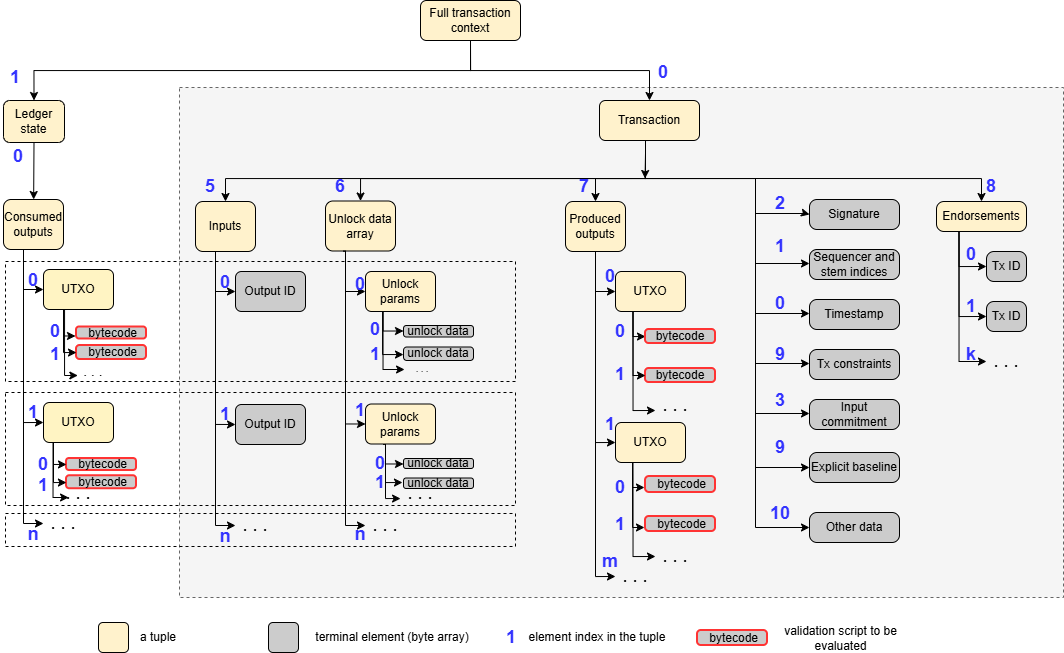
Before: static/img/utxo-tx-context.png, a diagram exported from draw.io (lunfardo314/lunfardo314.github.io). Source tidied: cells renumbered, new cells last; positions are measured from the earlier drawing's top-left corner, leaving out a move shared by most shapes.
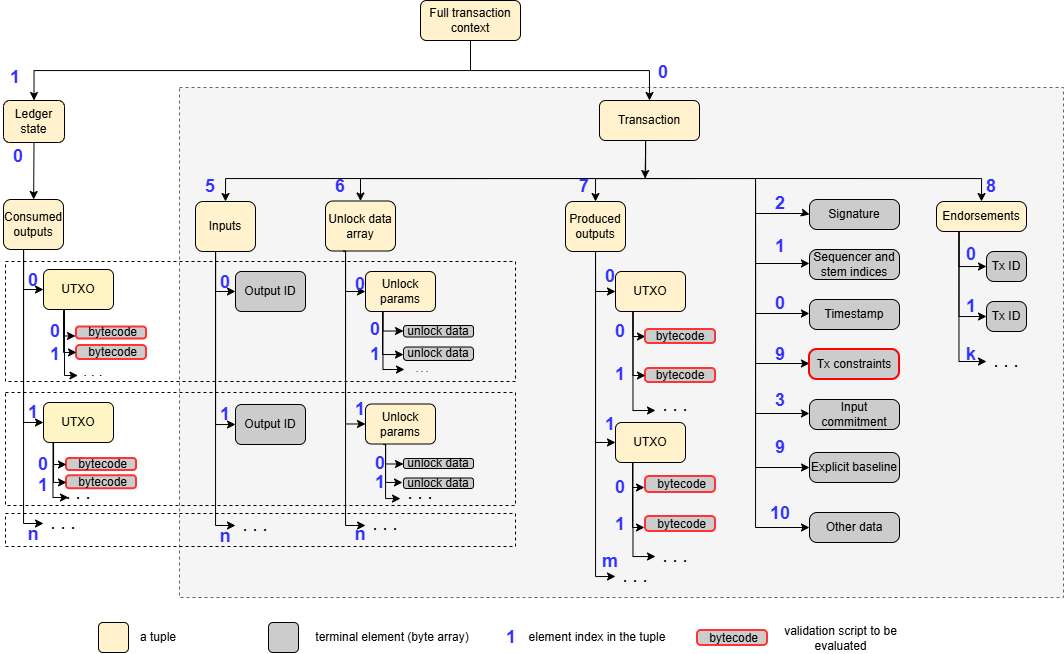
After the commit.

What changed in the source:
```diff
@@ -351,7 +351,7 @@
     <mxCell id="64" value="Timestamp" style="rounded=1;whiteSpace=wrap;html=1;arcSize=25;fillColor=#CCCCCC;" parent="1" vertex="1">
       <mxGeometry x="809" y="299" width="90" height="30" as="geometry" />
     </mxCell>
-    <mxCell id="65" value="Tx constraints" style="rounded=1;whiteSpace=wrap;html=1;arcSize=25;fillColor=#CCCCCC;" parent="1" vertex="1">
+    <mxCell id="65" value="Tx constraints" style="rounded=1;whiteSpace=wrap;html=1;arcSize=25;fillColor=#CCCCCC;strokeColor=#FF0000;strokeWidth=2;" parent="1" vertex="1">
       <mxGeometry x="809" y="349" width="90" height="30" as="geometry" />
     </mxCell>
     <mxCell id="66" value="Input commitment" style="rounded=1;whiteSpace=wrap;html=1;arcSize=25;fillColor=#CCCCCC;" parent="1" vertex="1">
```
